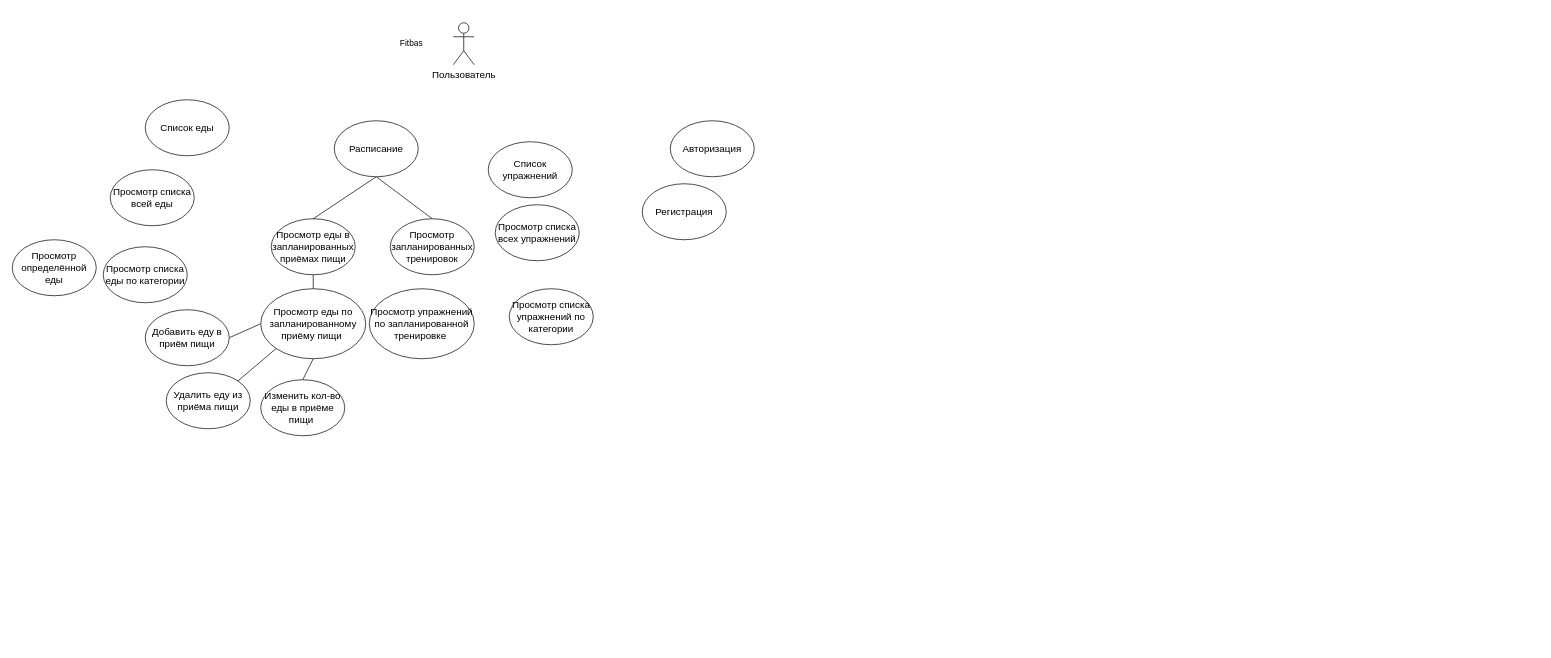
The draw.io diagram others/UseCaseDiagram.drawio in zlobasss/api-fitbas, before the edit. Source tidied: cells renumbered, new cells numbered last; positions are measured from the earlier drawing's top-left corner, leaving out a move shared by most shapes. Both pictures are drawn from the tidied source at 70%, with x=0, y=0 at pixel (12, 22).
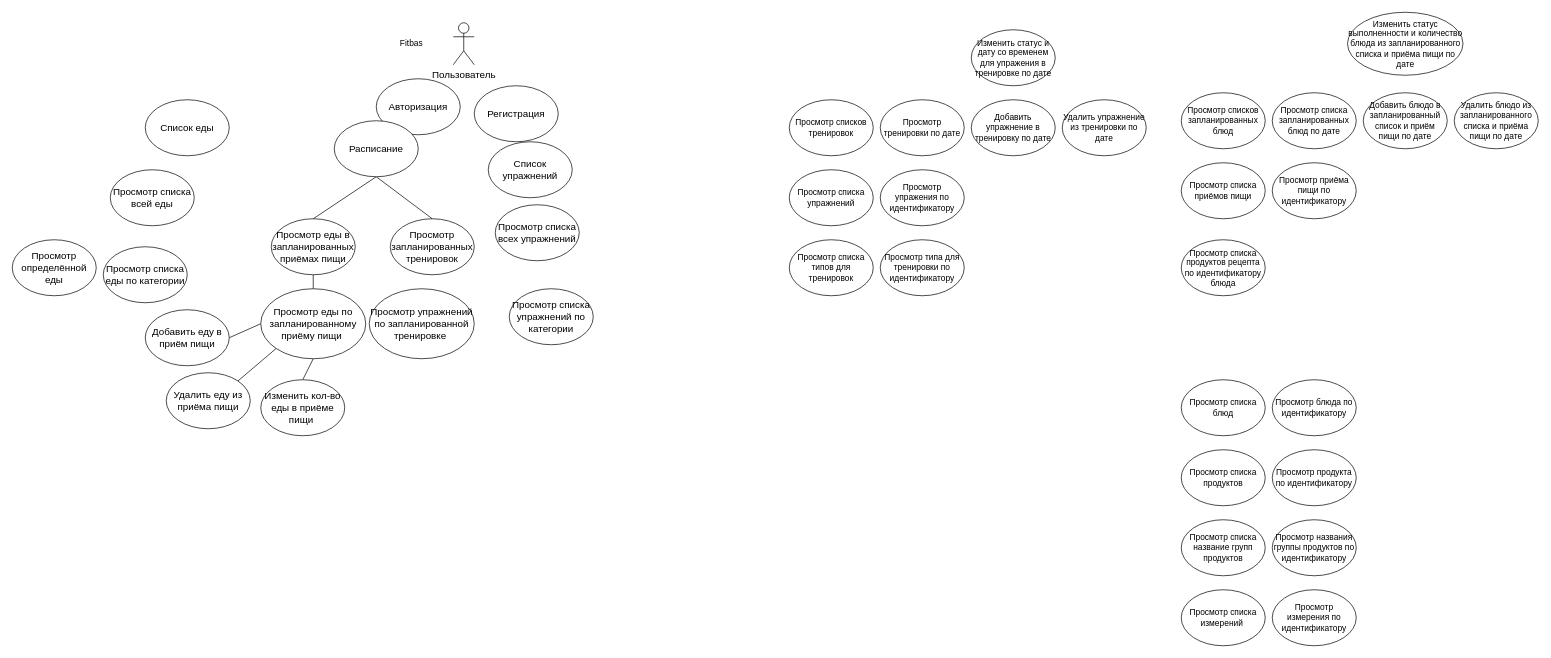
The same diagram, later.

Change to the diagram source:
```diff
@@
     <mxCell id="4" value="&lt;font style=&quot;font-size: 14px;&quot; face=&quot;PT Astra Serif&quot;&gt;Авторизация&lt;/font&gt;" style="ellipse;whiteSpace=wrap;html=1;" parent="1" vertex="1">
-      <mxGeometry x="940" y="140" width="120" height="80" as="geometry" />
+      <mxGeometry x="520" y="80" width="120" height="80" as="geometry" />
     </mxCell>
     <mxCell id="5" value="&lt;font style=&quot;font-size: 14px;&quot; face=&quot;PT Astra Serif&quot;&gt;Регистрация&lt;/font&gt;" style="ellipse;whiteSpace=wrap;html=1;" parent="1" vertex="1">
-      <mxGeometry x="900" y="230" width="120" height="80" as="geometry" />
+      <mxGeometry x="660" y="90" width="120" height="80" as="geometry" />
     </mxCell>
@@
+    <mxCell id="27" value="Просмотр списка измерений&amp;nbsp;" style="ellipse;whiteSpace=wrap;html=1;" parent="1" vertex="1">
+      <mxGeometry x="1670" y="810" width="120" height="80" as="geometry" />
+    </mxCell>
+    <mxCell id="28" value="Просмотр измерения по идентификатору" style="ellipse;whiteSpace=wrap;html=1;" parent="1" vertex="1">
+      <mxGeometry x="1800" y="810" width="120" height="80" as="geometry" />
+    </mxCell>
+    <mxCell id="29" value="Просмотр списка название групп продуктов" style="ellipse;whiteSpace=wrap;html=1;" parent="1" vertex="1">
+      <mxGeometry x="1670" y="710" width="120" height="80" as="geometry" />
+    </mxCell>
+    <mxCell id="30" value="Просмотр названия группы продуктов по идентификатору" style="ellipse;whiteSpace=wrap;html=1;" parent="1" vertex="1">
+      <mxGeometry x="1800" y="710" width="120" height="80" as="geometry" />
+    </mxCell>
+    <mxCell id="31" value="Просмотр списка продуктов" style="ellipse;whiteSpace=wrap;html=1;" parent="1" vertex="1">
+      <mxGeometry x="1670" y="610" width="120" height="80" as="geometry" />
+    </mxCell>
+    <mxCell id="32" value="Просмотр продукта по идентификатору" style="ellipse;whiteSpace=wrap;html=1;" parent="1" vertex="1">
+      <mxGeometry x="1800" y="610" width="120" height="80" as="geometry" />
+    </mxCell>
+    <mxCell id="33" value="Просмотр списка продуктов рецепта по идентификатору блюда" style="ellipse;whiteSpace=wrap;html=1;" parent="1" vertex="1">
+      <mxGeometry x="1670" y="310" width="120" height="80" as="geometry" />
+    </mxCell>
+    <mxCell id="34" value="Просмотр блюда по идентификатору" style="ellipse;whiteSpace=wrap;html=1;" parent="1" vertex="1">
+      <mxGeometry x="1800" y="510" width="120" height="80" as="geometry" />
+    </mxCell>
+    <mxCell id="35" value="Просмотр списка блюд" style="ellipse;whiteSpace=wrap;html=1;" parent="1" vertex="1">
+      <mxGeometry x="1670" y="510" width="120" height="80" as="geometry" />
+    </mxCell>
+    <mxCell id="36" value="Просмотр списков запланированных блюд" style="ellipse;whiteSpace=wrap;html=1;" parent="1" vertex="1">
+      <mxGeometry x="1670" y="100" width="120" height="80" as="geometry" />
+    </mxCell>
+    <mxCell id="37" value="Просмотр списка запланированных блюд по дате" style="ellipse;whiteSpace=wrap;html=1;" parent="1" vertex="1">
+      <mxGeometry x="1800" y="100" width="120" height="80" as="geometry" />
+    </mxCell>
+    <mxCell id="38" value="Добавить блюдо в запланированный список и приём пищи по дате" style="ellipse;whiteSpace=wrap;html=1;" parent="1" vertex="1">
+      <mxGeometry x="1930" y="100" width="120" height="80" as="geometry" />
+    </mxCell>
+    <mxCell id="39" value="Удалить блюдо из запланированного списка и приёма пищи по дате" style="ellipse;whiteSpace=wrap;html=1;" parent="1" vertex="1">
+      <mxGeometry x="2060" y="100" width="120" height="80" as="geometry" />
+    </mxCell>
+    <mxCell id="40" value="Изменить статус выполненности и количество блюда из запланированного списка и приёма пищи по дате" style="ellipse;whiteSpace=wrap;html=1;" parent="1" vertex="1">
+      <mxGeometry x="1907.5" y="-15" width="165" height="90" as="geometry" />
+    </mxCell>
+    <mxCell id="41" value="Просмотр списка приёмов пищи" style="ellipse;whiteSpace=wrap;html=1;" parent="1" vertex="1">
+      <mxGeometry x="1670" y="200" width="120" height="80" as="geometry" />
+    </mxCell>
+    <mxCell id="42" value="Просмотр приёма пищи по идентификатору" style="ellipse;whiteSpace=wrap;html=1;" parent="1" vertex="1">
+      <mxGeometry x="1800" y="200" width="120" height="80" as="geometry" />
+    </mxCell>
+    <mxCell id="43" value="Просмотр списка типов для тренировок" style="ellipse;whiteSpace=wrap;html=1;" parent="1" vertex="1">
+      <mxGeometry x="1110" y="310" width="120" height="80" as="geometry" />
+    </mxCell>
+    <mxCell id="44" value="Просмотр типа для тренировки по идентификатору" style="ellipse;whiteSpace=wrap;html=1;" parent="1" vertex="1">
+      <mxGeometry x="1240" y="310" width="120" height="80" as="geometry" />
+    </mxCell>
+    <mxCell id="45" value="Просмотр списка упражнений" style="ellipse;whiteSpace=wrap;html=1;" parent="1" vertex="1">
+      <mxGeometry x="1110" y="210" width="120" height="80" as="geometry" />
+    </mxCell>
+    <mxCell id="46" value="Просмотр упражения по идентификатору" style="ellipse;whiteSpace=wrap;html=1;" parent="1" vertex="1">
+      <mxGeometry x="1240" y="210" width="120" height="80" as="geometry" />
+    </mxCell>
+    <mxCell id="47" value="Просмотр списков тренировок" style="ellipse;whiteSpace=wrap;html=1;" parent="1" vertex="1">
+      <mxGeometry x="1110" y="110" width="120" height="80" as="geometry" />
+    </mxCell>
+    <mxCell id="48" value="Просмотр тренировки по дате" style="ellipse;whiteSpace=wrap;html=1;" parent="1" vertex="1">
+      <mxGeometry x="1240" y="110" width="120" height="80" as="geometry" />
+    </mxCell>
+    <mxCell id="49" value="Добавить упражнение в тренировку по дате" style="ellipse;whiteSpace=wrap;html=1;" parent="1" vertex="1">
+      <mxGeometry x="1370" y="110" width="120" height="80" as="geometry" />
+    </mxCell>
+    <mxCell id="50" value="Удалить упражнение из тренировки по дате" style="ellipse;whiteSpace=wrap;html=1;" parent="1" vertex="1">
+      <mxGeometry x="1500" y="110" width="120" height="80" as="geometry" />
+    </mxCell>
+    <mxCell id="51" value="Изменить статус и дату со временем для упражения в тренировке по дате" style="ellipse;whiteSpace=wrap;html=1;" parent="1" vertex="1">
+      <mxGeometry x="1370" y="10" width="120" height="80" as="geometry" />
+    </mxCell>
```
